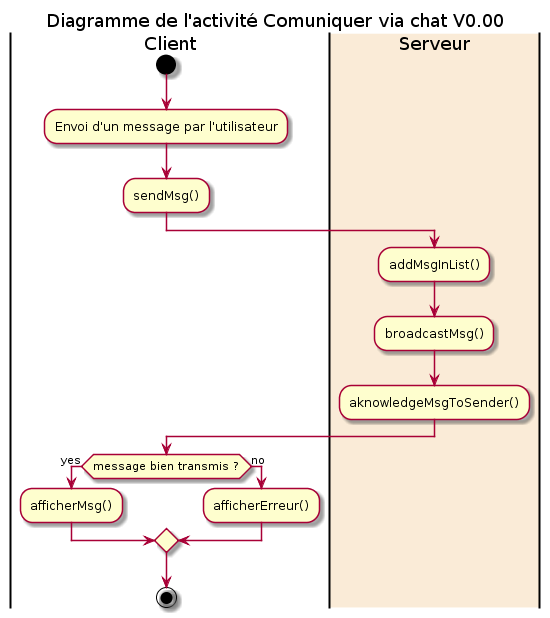
Earlier version of the PlantUML export DC/diagrammes/activity-sendMsg-diag.png (gdarchen/WhatsASI).
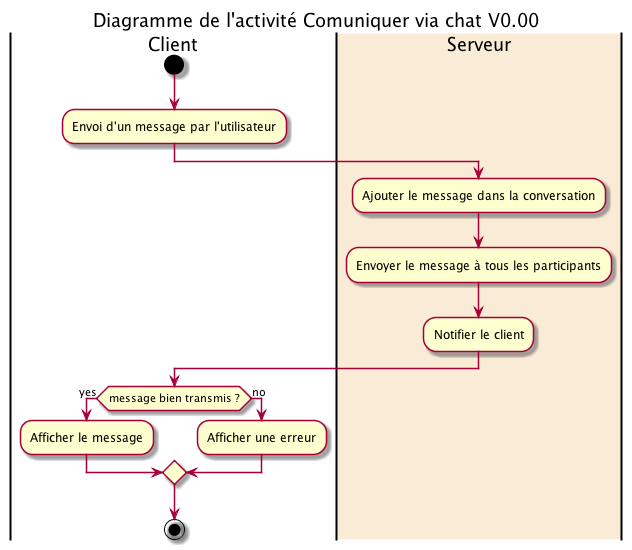
Above is the later version.

The edit, as a diff of the source:
```diff
@@ -4,16 +4,15 @@
 |Client|
 start
 :Envoi d'un message par l'utilisateur;
-:sendMsg();
 |#AntiqueWhite|Serveur|
-:addMsgInList();
-:broadcastMsg();
-:aknowledgeMsgToSender();
+:Ajouter le message dans la conversation;
+:Envoyer le message à tous les participants;
+:Notifier le client;
 |Client|
 if (message bien transmis ?) then (yes)
-:afficherMsg();
+:Afficher le message;
 else(no)
-:afficherErreur();
+:Afficher une erreur;
 endif
 stop
 @enduml
```
